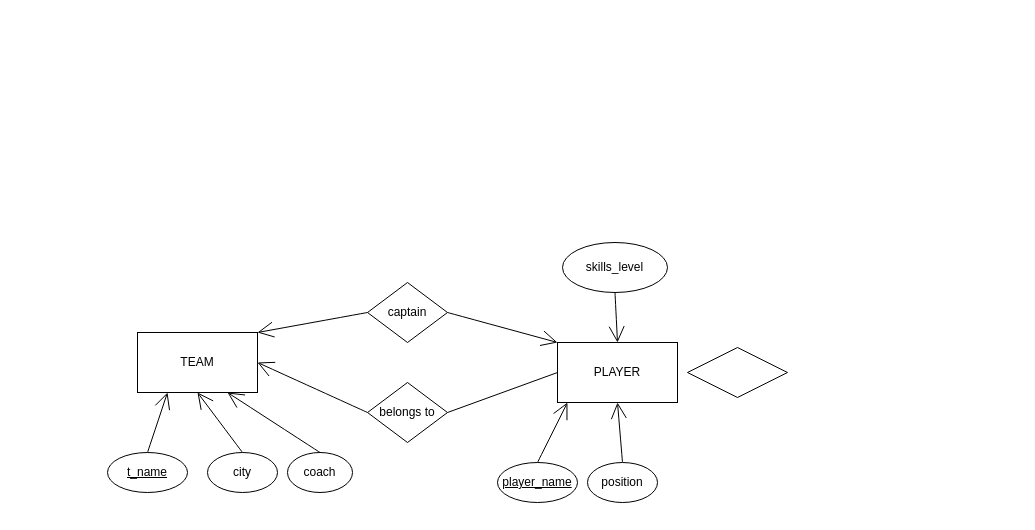
The draw.io diagram page "ER Diagram" (2 of 3) of Untitled Diagram.drawio in R0HITKUMAR/dbms_lab, before the edit. Source tidied: cells renumbered, new cells numbered last; positions are measured from the earlier drawing's top-left corner, leaving out a move shared by most shapes. Both pictures are drawn from the tidied source at 100%, with x=0, y=0 at pixel (107, 242).
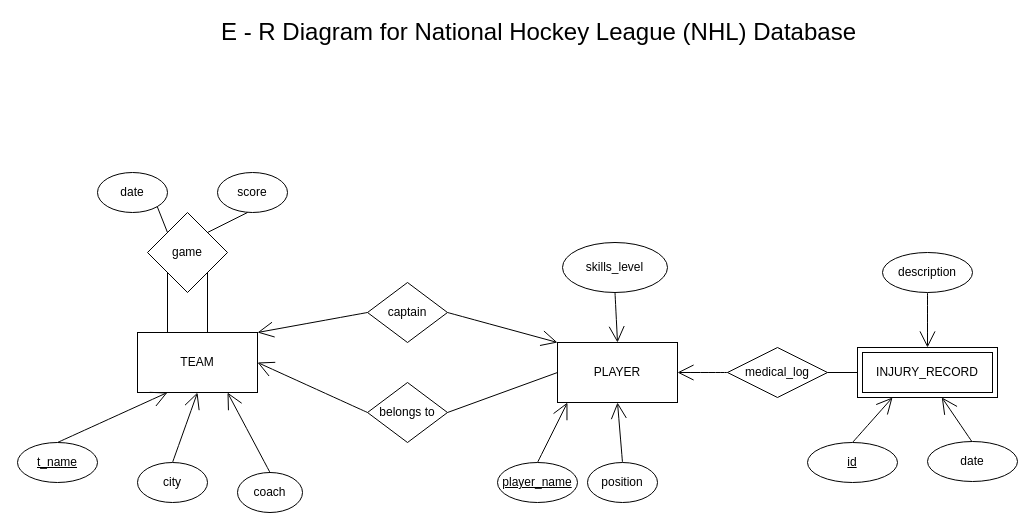
Above is the later version.

Unchanged cells that the change refers to:
```xml
<mxCell id="2" value="PLAYER" style="rounded=0;whiteSpace=wrap;html=1;hachureGap=4;" parent="1" vertex="1">
  <mxGeometry x="450" y="100" width="120" height="60" as="geometry" />
</mxCell>
<mxCell id="3" value="TEAM" style="rounded=0;whiteSpace=wrap;html=1;hachureGap=4;" parent="1" vertex="1">
  <mxGeometry x="30" y="90" width="120" height="60" as="geometry" />
</mxCell>
```

Change to the diagram source:
```diff
@@
     <mxCell id="5" value="&lt;u&gt;t_name&lt;/u&gt;" style="ellipse;whiteSpace=wrap;html=1;hachureGap=4;" parent="1" vertex="1">
-      <mxGeometry y="210" width="80" height="40" as="geometry" />
+      <mxGeometry x="-90" y="200" width="80" height="40" as="geometry" />
     </mxCell>
@@
     <mxCell id="7" value="city" style="ellipse;whiteSpace=wrap;html=1;hachureGap=4;" parent="1" vertex="1">
-      <mxGeometry x="100" y="210" width="70" height="40" as="geometry" />
+      <mxGeometry x="30" y="220" width="70" height="40" as="geometry" />
     </mxCell>
@@
     <mxCell id="9" value="coach" style="ellipse;whiteSpace=wrap;html=1;hachureGap=4;" parent="1" vertex="1">
-      <mxGeometry x="180" y="210" width="65" height="40" as="geometry" />
+      <mxGeometry x="130" y="230" width="65" height="40" as="geometry" />
     </mxCell>
@@
+    <mxCell id="23" style="edgeStyle=none;curved=1;rounded=0;jettySize=auto;html=1;exitX=0;exitY=0.5;exitDx=0;exitDy=0;entryX=1;entryY=0.5;entryDx=0;entryDy=0;endArrow=open;startSize=14;endSize=14;sourcePerimeterSpacing=8;targetPerimeterSpacing=8;" parent="1" edge="1" source="22" target="2">
+      <mxGeometry relative="1" as="geometry" />
+    </mxCell>
-    <mxCell id="22" style="rhombus;whiteSpace=wrap;html=1;hachureGap=4;" parent="1" vertex="1">
-      <mxGeometry x="580" y="105" width="100" height="50" as="geometry" />
+    <mxCell id="22" value="medical_log" style="rhombus;whiteSpace=wrap;html=1;hachureGap=4;" parent="1" vertex="1">
+      <mxGeometry x="620" y="105" width="100" height="50" as="geometry" />
     </mxCell>
+    <mxCell id="24" value="game" style="rhombus;whiteSpace=wrap;html=1;hachureGap=4;" parent="1" vertex="1">
+      <mxGeometry x="40" y="-30" width="80" height="80" as="geometry" />
+    </mxCell>
+    <mxCell id="25" value="date" style="ellipse;whiteSpace=wrap;html=1;hachureGap=4;" parent="1" vertex="1">
+      <mxGeometry x="-10" y="-70" width="70" height="40" as="geometry" />
+    </mxCell>
+    <mxCell id="26" value="score" style="ellipse;whiteSpace=wrap;html=1;hachureGap=4;" parent="1" vertex="1">
+      <mxGeometry x="110" y="-70" width="70" height="40" as="geometry" />
+    </mxCell>
+    <mxCell id="27" style="endArrow=none;html=1;startSize=14;endSize=14;sourcePerimeterSpacing=8;targetPerimeterSpacing=8;entryX=1;entryY=1;entryDx=0;entryDy=0;exitX=0;exitY=0;exitDx=0;exitDy=0;" parent="1" edge="1" source="24" target="25">
+      <mxGeometry relative="1" as="geometry" />
+    </mxCell>
+    <mxCell id="28" style="endArrow=none;html=1;startSize=14;endSize=14;sourcePerimeterSpacing=8;targetPerimeterSpacing=8;exitX=1;exitY=0;exitDx=0;exitDy=0;" parent="1" edge="1" source="24">
+      <mxGeometry relative="1" as="geometry">
+        <mxPoint x="140" y="-30" as="targetPoint" />
+      </mxGeometry>
+    </mxCell>
+    <mxCell id="29" style="endArrow=none;html=1;startSize=14;endSize=14;sourcePerimeterSpacing=8;targetPerimeterSpacing=8;entryX=0;entryY=1;entryDx=0;entryDy=0;exitX=0.25;exitY=0;exitDx=0;exitDy=0;" parent="1" edge="1" source="3" target="24">
+      <mxGeometry relative="1" as="geometry" />
+    </mxCell>
+    <mxCell id="30" style="endArrow=none;html=1;startSize=14;endSize=14;sourcePerimeterSpacing=8;targetPerimeterSpacing=8;entryX=0;entryY=1;entryDx=0;entryDy=0;exitX=0.25;exitY=0;exitDx=0;exitDy=0;" parent="1" edge="1">
+      <mxGeometry relative="1" as="geometry">
+        <mxPoint x="100" y="90" as="sourcePoint" />
+        <mxPoint x="100" y="30" as="targetPoint" />
+      </mxGeometry>
+    </mxCell>
+    <mxCell id="31" style="edgeStyle=none;curved=1;rounded=0;jettySize=auto;html=1;exitX=0.5;exitY=0;exitDx=0;exitDy=0;entryX=0.25;entryY=1;entryDx=0;entryDy=0;endArrow=open;startSize=14;endSize=14;sourcePerimeterSpacing=8;targetPerimeterSpacing=8;" parent="1" edge="1" source="32" target="38">
+      <mxGeometry relative="1" as="geometry" />
+    </mxCell>
+    <mxCell id="32" value="&lt;u&gt;id&lt;/u&gt;" style="ellipse;whiteSpace=wrap;html=1;hachureGap=4;" parent="1" vertex="1">
+      <mxGeometry x="700" y="200" width="90" height="40" as="geometry" />
+    </mxCell>
+    <mxCell id="33" style="edgeStyle=none;curved=1;rounded=0;jettySize=auto;html=1;exitX=0.5;exitY=0;exitDx=0;exitDy=0;entryX=0.602;entryY=0.997;entryDx=0;entryDy=0;entryPerimeter=0;endArrow=open;startSize=14;endSize=14;sourcePerimeterSpacing=8;targetPerimeterSpacing=8;" parent="1" edge="1" target="38">
+      <mxGeometry relative="1" as="geometry">
+        <mxPoint x="865" y="200" as="sourcePoint" />
+      </mxGeometry>
+    </mxCell>
+    <mxCell id="34" value="date" style="ellipse;whiteSpace=wrap;html=1;hachureGap=4;" parent="1" vertex="1">
+      <mxGeometry x="820" y="199" width="90" height="40" as="geometry" />
+    </mxCell>
+    <mxCell id="35" style="edgeStyle=none;curved=1;rounded=0;jettySize=auto;html=1;exitX=0.5;exitY=1;exitDx=0;exitDy=0;endArrow=open;startSize=14;endSize=14;sourcePerimeterSpacing=8;targetPerimeterSpacing=8;entryX=0.5;entryY=0;entryDx=0;entryDy=0;" parent="1" edge="1" source="36" target="38">
+      <mxGeometry relative="1" as="geometry" />
+    </mxCell>
+    <mxCell id="36" value="description" style="ellipse;whiteSpace=wrap;html=1;hachureGap=4;" parent="1" vertex="1">
+      <mxGeometry x="775" y="10" width="90" height="40" as="geometry" />
+    </mxCell>
+    <mxCell id="37" style="endArrow=none;html=1;startSize=14;endSize=14;sourcePerimeterSpacing=8;targetPerimeterSpacing=8;entryX=0;entryY=0.5;entryDx=0;entryDy=0;exitX=1;exitY=0.5;exitDx=0;exitDy=0;" parent="1" edge="1" source="22" target="38">
+      <mxGeometry relative="1" as="geometry" />
+    </mxCell>
+    <mxCell id="38" value="INJURY_RECORD" style="shape=ext;margin=3;double=1;whiteSpace=wrap;html=1;align=center;hachureGap=4;" parent="1" vertex="1">
+      <mxGeometry x="750" y="105" width="140" height="50" as="geometry" />
+    </mxCell>
+    <mxCell id="39" value="&lt;font style=&quot;font-size: 24px&quot;&gt;E - R Diagram for National Hockey League (NHL) Database&lt;/font&gt;" style="text;html=1;align=center;verticalAlign=middle;fillColor=none;strokeColor=none;rounded=0;hachureGap=4;" parent="1" vertex="1">
+      <mxGeometry x="108" y="-222" width="645" height="23" as="geometry" />
+    </mxCell>
```
